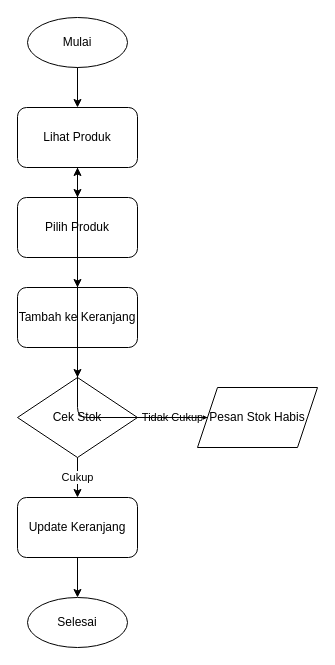
RajaSunrise/ud_zivana keeps this draw.io diagram as diagram/flowchart/05_customer_cart.drawio. Above is the earlier version. Source tidied: cells renumbered, new cells numbered last; positions are measured from the earlier drawing's top-left corner, leaving out a move shared by most shapes. Both pictures are drawn from the tidied source at 100%, with x=0, y=0 at pixel (17, 17).
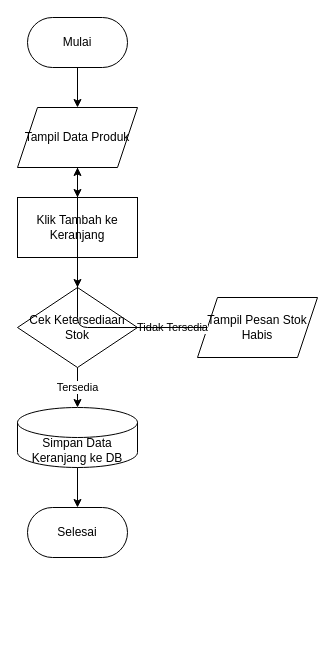
The same page after the edit.

What changed in the source:
```diff
@@
 <mxGraphModel>
   <root>
     <mxCell id="0" />
     <mxCell id="1" parent="0" />
-    <mxCell id="2" value="Mulai" style="ellipse;whiteSpace=wrap;html=1;" parent="1" vertex="1">
+    <mxCell id="2" value="Mulai" style="rounded=1;whiteSpace=wrap;html=1;arcSize=50;" parent="1" vertex="1">
       <mxGeometry x="10" width="100" height="50" as="geometry" />
     </mxCell>
-    <mxCell id="3" value="Lihat Produk" style="rounded=1;whiteSpace=wrap;html=1;" parent="1" vertex="1">
+    <mxCell id="3" value="Tampil Data Produk" style="shape=parallelogram;perimeter=parallelogramPerimeter;whiteSpace=wrap;html=1;fixedSize=1;" parent="1" vertex="1">
       <mxGeometry y="90" width="120" height="60" as="geometry" />
     </mxCell>
-    <mxCell id="4" value="Pilih Produk" style="rounded=1;whiteSpace=wrap;html=1;" parent="1" vertex="1">
+    <mxCell id="4" value="Klik Tambah ke Keranjang" style="rounded=0;whiteSpace=wrap;html=1;" parent="1" vertex="1">
       <mxGeometry y="180" width="120" height="60" as="geometry" />
     </mxCell>
-    <mxCell id="5" value="Tambah ke Keranjang" style="rounded=1;whiteSpace=wrap;html=1;" parent="1" vertex="1">
-      <mxGeometry y="270" width="120" height="60" as="geometry" />
+    <mxCell id="5" value="Cek Ketersediaan Stok" style="rhombus;whiteSpace=wrap;html=1;" parent="1" vertex="1">
+      <mxGeometry y="270" width="120" height="80" as="geometry" />
     </mxCell>
-    <mxCell id="6" value="Cek Stok" style="rhombus;whiteSpace=wrap;html=1;" parent="1" vertex="1">
-      <mxGeometry y="360" width="120" height="80" as="geometry" />
+    <mxCell id="6" value="Simpan Data Keranjang ke DB" style="shape=cylinder3;whiteSpace=wrap;html=1;boundedLbl=1;backgroundOutline=1;size=15;" parent="1" vertex="1">
+      <mxGeometry y="390" width="120" height="60" as="geometry" />
     </mxCell>
-    <mxCell id="7" value="Update Keranjang" style="rounded=1;whiteSpace=wrap;html=1;" parent="1" vertex="1">
-      <mxGeometry y="480" width="120" height="60" as="geometry" />
+    <mxCell id="7" value="Tampil Pesan Stok Habis" style="shape=parallelogram;perimeter=parallelogramPerimeter;whiteSpace=wrap;html=1;fixedSize=1;" parent="1" vertex="1">
+      <mxGeometry x="180" y="280" width="120" height="60" as="geometry" />
     </mxCell>
-    <mxCell id="8" value="Pesan Stok Habis" style="shape=parallelogram;perimeter=parallelogramPerimeter;whiteSpace=wrap;html=1;fixedSize=1;" parent="1" vertex="1">
-      <mxGeometry x="180" y="370" width="120" height="60" as="geometry" />
+    <mxCell id="8" value="Selesai" style="rounded=1;whiteSpace=wrap;html=1;arcSize=50;" parent="1" vertex="1">
+      <mxGeometry x="10" y="490" width="100" height="50" as="geometry" />
     </mxCell>
-    <mxCell id="9" value="Selesai" style="ellipse;whiteSpace=wrap;html=1;" parent="1" vertex="1">
-      <mxGeometry x="10" y="580" width="100" height="50" as="geometry" />
+    <mxCell id="9" style="edgeStyle=orthogonalEdgeStyle;rounded=0;jettySize=auto;html=1;" parent="1" edge="1" source="2" target="3">
+      <mxGeometry relative="1" as="geometry" />
     </mxCell>
-    <mxCell id="10" style="edgeStyle=orthogonalEdgeStyle;rounded=0;jettySize=auto;html=1;" parent="1" edge="1" source="2" target="3">
+    <mxCell id="10" style="edgeStyle=orthogonalEdgeStyle;rounded=0;jettySize=auto;html=1;" parent="1" edge="1" source="3" target="4">
       <mxGeometry relative="1" as="geometry" />
     </mxCell>
-    <mxCell id="11" style="edgeStyle=orthogonalEdgeStyle;rounded=0;jettySize=auto;html=1;" parent="1" edge="1" source="3" target="4">
+    <mxCell id="11" style="edgeStyle=orthogonalEdgeStyle;rounded=0;jettySize=auto;html=1;" parent="1" edge="1" source="4" target="5">
       <mxGeometry relative="1" as="geometry" />
     </mxCell>
-    <mxCell id="12" style="edgeStyle=orthogonalEdgeStyle;rounded=0;jettySize=auto;html=1;" parent="1" edge="1" source="4" target="5">
+    <mxCell id="12" value="Tersedia" style="edgeStyle=orthogonalEdgeStyle;rounded=0;jettySize=auto;html=1;" parent="1" edge="1" source="5" target="6">
       <mxGeometry relative="1" as="geometry" />
     </mxCell>
-    <mxCell id="13" style="edgeStyle=orthogonalEdgeStyle;rounded=0;jettySize=auto;html=1;" parent="1" edge="1" source="5" target="6">
+    <mxCell id="13" value="Tidak Tersedia" style="edgeStyle=orthogonalEdgeStyle;rounded=0;jettySize=auto;html=1;" parent="1" edge="1" source="5" target="7">
       <mxGeometry relative="1" as="geometry" />
     </mxCell>
-    <mxCell id="14" value="Cukup" style="edgeStyle=orthogonalEdgeStyle;rounded=0;jettySize=auto;html=1;" parent="1" edge="1" source="6" target="7">
+    <mxCell id="14" style="edgeStyle=orthogonalEdgeStyle;" parent="1" edge="1" source="7" target="3">
       <mxGeometry relative="1" as="geometry" />
     </mxCell>
-    <mxCell id="15" value="Tidak Cukup" style="edgeStyle=orthogonalEdgeStyle;rounded=0;jettySize=auto;html=1;" parent="1" edge="1" source="6" target="8">
+    <mxCell id="15" style="edgeStyle=orthogonalEdgeStyle;rounded=0;jettySize=auto;html=1;" parent="1" edge="1" source="6" target="8">
       <mxGeometry relative="1" as="geometry" />
     </mxCell>
-    <mxCell id="16" style="edgeStyle=orthogonalEdgeStyle;" parent="1" edge="1" source="8" target="3">
-      <mxGeometry relative="1" as="geometry" />
-    </mxCell>
-    <mxCell id="17" style="edgeStyle=orthogonalEdgeStyle;rounded=0;jettySize=auto;html=1;" parent="1" edge="1" source="7" target="9">
-      <mxGeometry relative="1" as="geometry" />
-    </mxCell>
   </root>
 </mxGraphModel>
```
